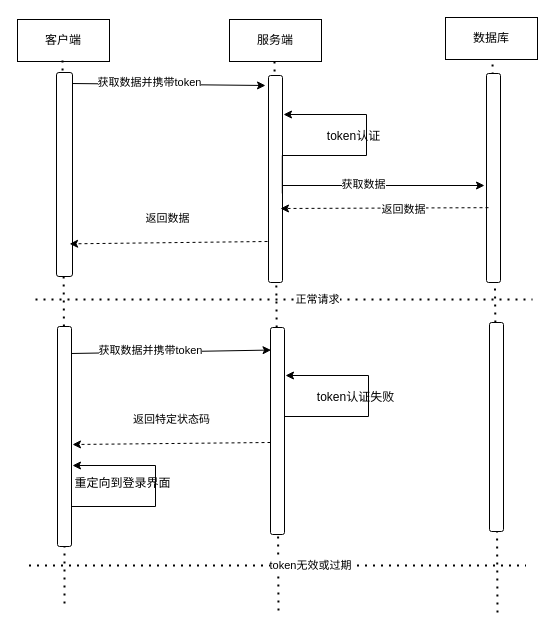
The draw.io diagram save/用户token认证.drawio in kehaha-5/drawio, before the edit. Source tidied: cells renumbered, new cells numbered last; positions are measured from the earlier drawing's top-left corner, leaving out a move shared by most shapes. Both pictures are drawn from the tidied source at 100%, with x=0, y=0 at pixel (17, 17).
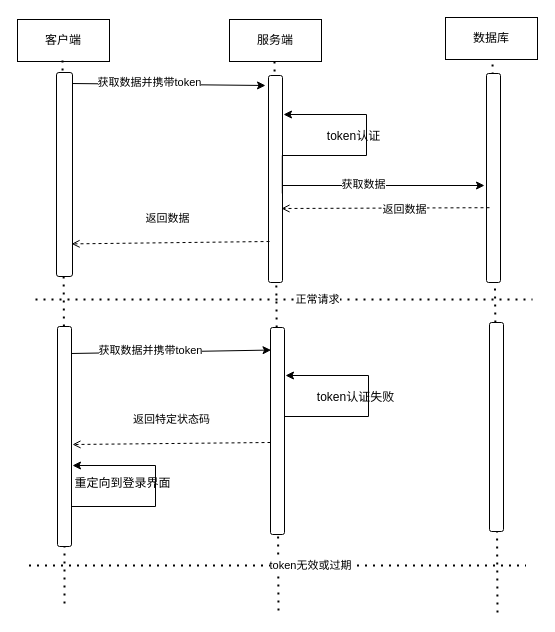
The same page after the edit.

Commit message:
更新用户token认证.drawio

The change refers to these unchanged cells:
```xml
<mxCell id="4" style="rounded=1;whiteSpace=wrap;html=1;" parent="1" vertex="1">
  <mxGeometry x="39" y="55" width="16" height="204" as="geometry" />
</mxCell>
<mxCell id="10" style="rounded=1;whiteSpace=wrap;html=1;" parent="1" vertex="1">
  <mxGeometry x="469" y="56" width="14" height="209" as="geometry" />
</mxCell>
```

Change to the diagram source:
```diff
@@
-    <mxCell id="15" style="endArrow=classic;html=1;rounded=0;entryX=0.818;entryY=0.84;entryDx=0;entryDy=0;entryPerimeter=0;dashed=1;" parent="1" edge="1" target="4">
+    <mxCell id="15" style="endArrow=open;html=1;rounded=0;entryX=0.818;entryY=0.84;entryDx=0;entryDy=0;entryPerimeter=0;dashed=1;endFill=0;" parent="1" edge="1">
       <mxGeometry relative="1" as="geometry">
-        <mxPoint x="250" y="224" as="sourcePoint" />
+        <mxPoint x="252" y="224" as="sourcePoint" />
+        <mxPoint x="54.1" y="226.4" as="targetPoint" />
       </mxGeometry>
     </mxCell>
@@
-    <mxCell id="18" style="endArrow=classic;html=1;rounded=0;entryX=1.182;entryY=0.438;entryDx=0;entryDy=0;entryPerimeter=0;dashed=1;exitX=0.143;exitY=0.642;exitDx=0;exitDy=0;exitPerimeter=0;" parent="1" edge="1" source="10">
+    <mxCell id="18" style="endArrow=open;html=1;rounded=0;entryX=1.182;entryY=0.438;entryDx=0;entryDy=0;entryPerimeter=0;dashed=1;exitX=0.143;exitY=0.642;exitDx=0;exitDy=0;exitPerimeter=0;endFill=0;" parent="1" edge="1">
       <mxGeometry relative="1" as="geometry">
-        <mxPoint x="263" y="191" as="targetPoint" />
+        <mxPoint x="472" y="190.2" as="sourcePoint" />
+        <mxPoint x="264" y="191" as="targetPoint" />
       </mxGeometry>
     </mxCell>
@@
-    <mxCell id="33" style="endArrow=classic;html=1;rounded=0;entryX=0.818;entryY=0.84;entryDx=0;entryDy=0;entryPerimeter=0;dashed=1;" parent="1" edge="1">
+    <mxCell id="33" style="endArrow=open;html=1;rounded=0;entryX=0.818;entryY=0.84;entryDx=0;entryDy=0;entryPerimeter=0;dashed=1;endFill=0;" parent="1" edge="1">
       <mxGeometry relative="1" as="geometry">
         <mxPoint x="253" y="425" as="sourcePoint" />
         <mxPoint x="55" y="427" as="targetPoint" />
       </mxGeometry>
     </mxCell>
```
